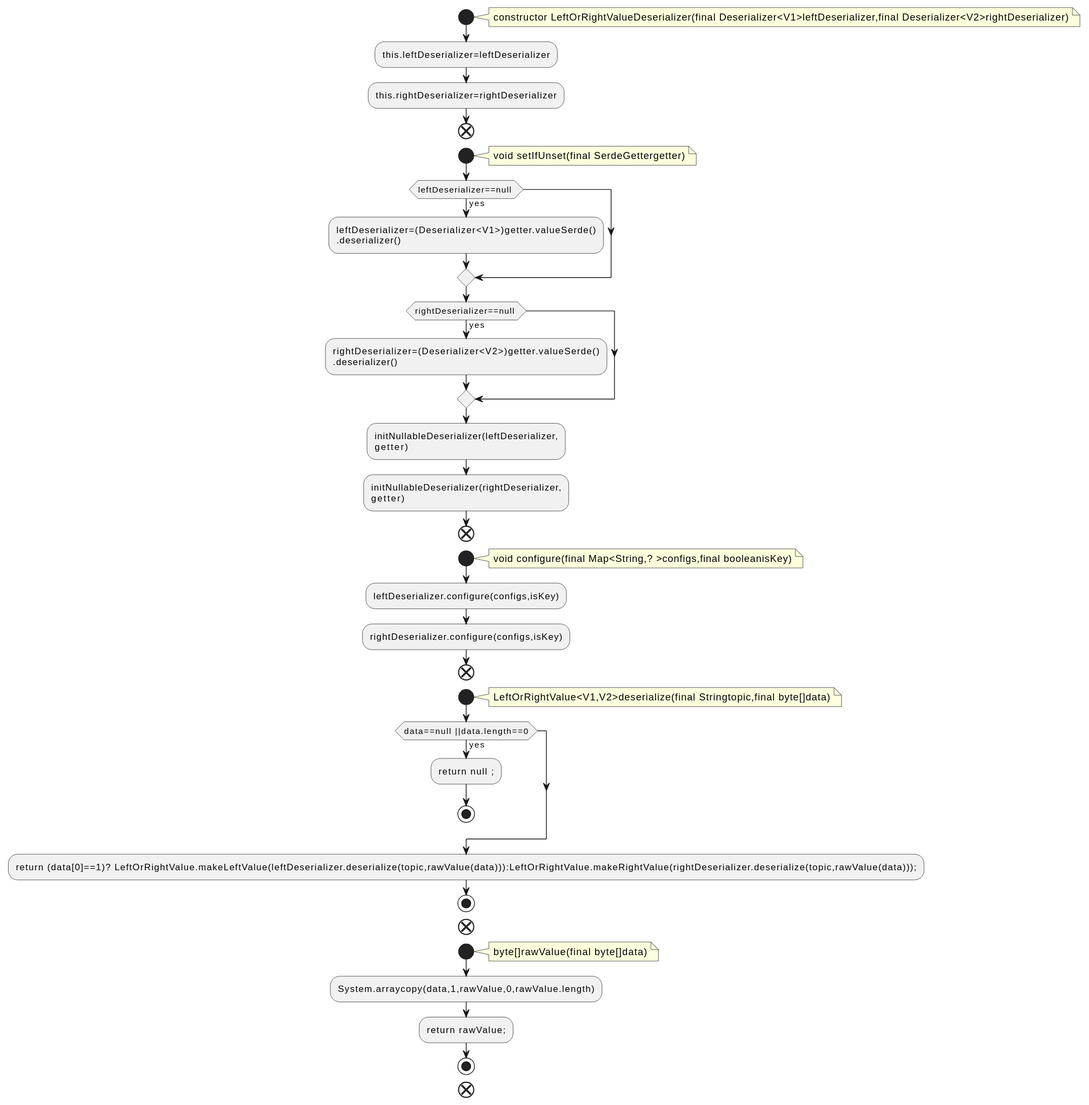
This is docs/qc/streams/src/main/java/org/apache/kafka/streams/state/internals/LeftOrRightValueDeserializer.java.fct.svg from qualitesys/kafka, a PlantUML export, as it was before one commit.
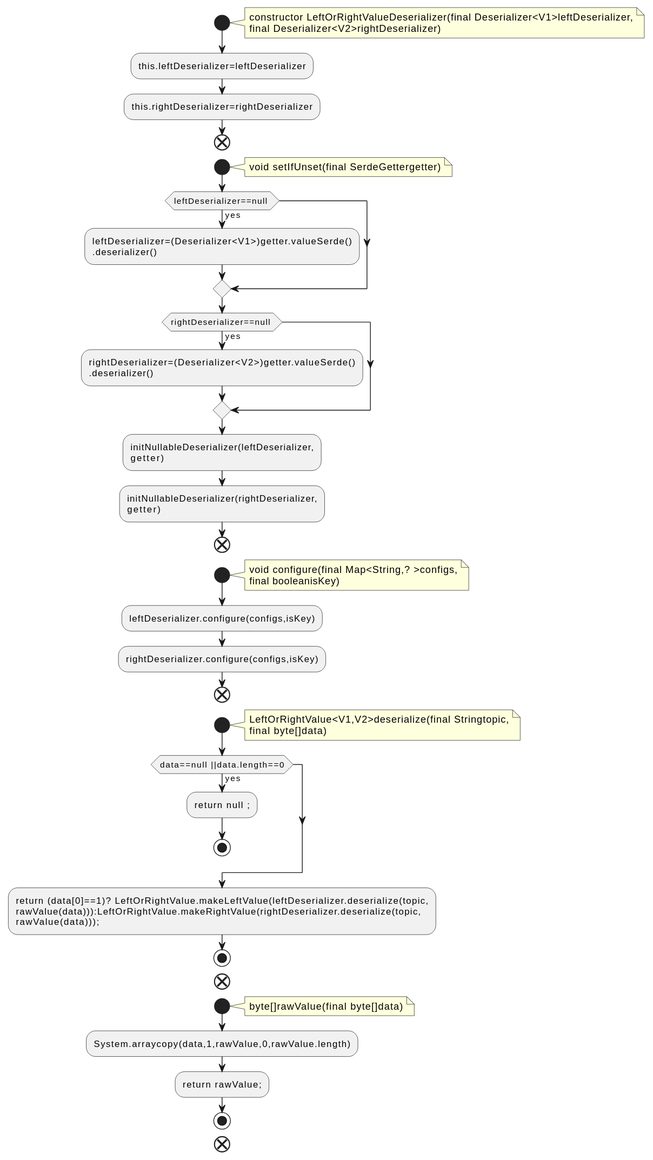
The same diagram one commit later.

The edit, as a diff of the source:
```diff
@@ -2,7 +2,8 @@
 !pragma layout smetana
 start
 note right
-constructor LeftOrRightValueDeserializer(final Deserializer<V1>leftDeserializer,final Deserializer<V2>rightDeserializer)
+constructor LeftOrRightValueDeserializer(final Deserializer<V1>leftDeserializer,
+final Deserializer<V2>rightDeserializer)
 end note
 :this.leftDeserializer=leftDeserializer;
 :this.rightDeserializer=rightDeserializer;
@@ -26,20 +27,24 @@
 end
 start
 note right
-void configure(final Map<String,? >configs,final booleanisKey)
+void configure(final Map<String,? >configs,
+final booleanisKey)
 end note
 :leftDeserializer.configure(configs,isKey);
 :rightDeserializer.configure(configs,isKey);
 end
 start
 note right
-LeftOrRightValue<V1,V2>deserialize(final Stringtopic,final byte[]data)
+LeftOrRightValue<V1,V2>deserialize(final Stringtopic,
+final byte[]data)
 end note
 if (data==null ||data.length==0) then (yes)
 :return null ;;
 stop
 endif
-:return (data[0]==1)? LeftOrRightValue.makeLeftValue(leftDeserializer.deserialize(topic,rawValue(data))):LeftOrRightValue.makeRightValue(rightDeserializer.deserialize(topic,rawValue(data)));;
+:return (data[0]==1)? LeftOrRightValue.makeLeftValue(leftDeserializer.deserialize(topic,
+rawValue(data))):LeftOrRightValue.makeRightValue(rightDeserializer.deserialize(topic,
+rawValue(data)));;
 stop
 end
 start
```
